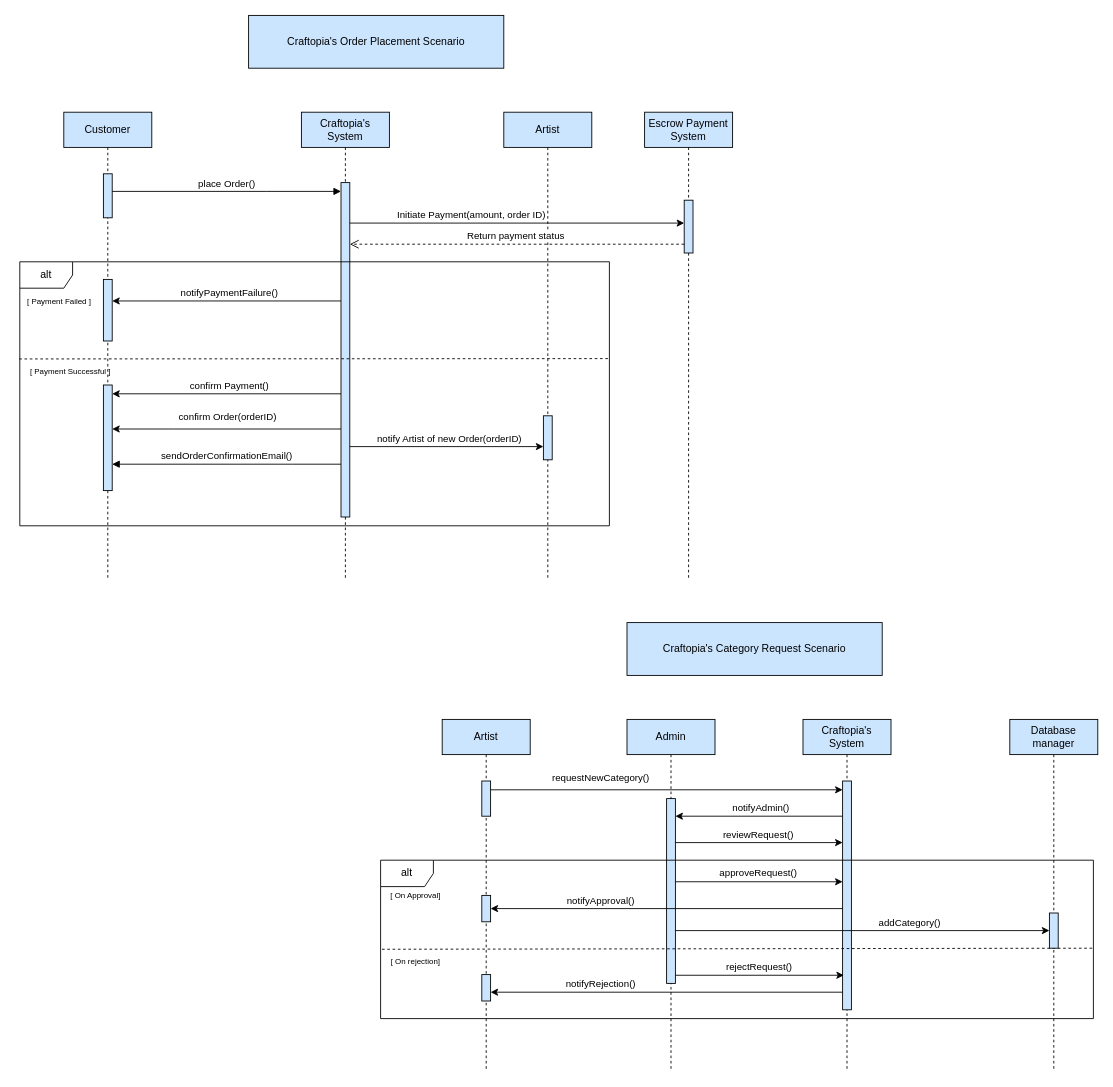
Before: Sequence Diagram/SequenceDiagram 2.drawio in alibedair/Graduation-Project, a draw.io diagram. Source tidied: cells renumbered, new cells numbered last; positions are measured from the earlier drawing's top-left corner, leaving out a move shared by most shapes. Both pictures are drawn from the tidied source at 88%, with x=0, y=0 at pixel (15, 15).
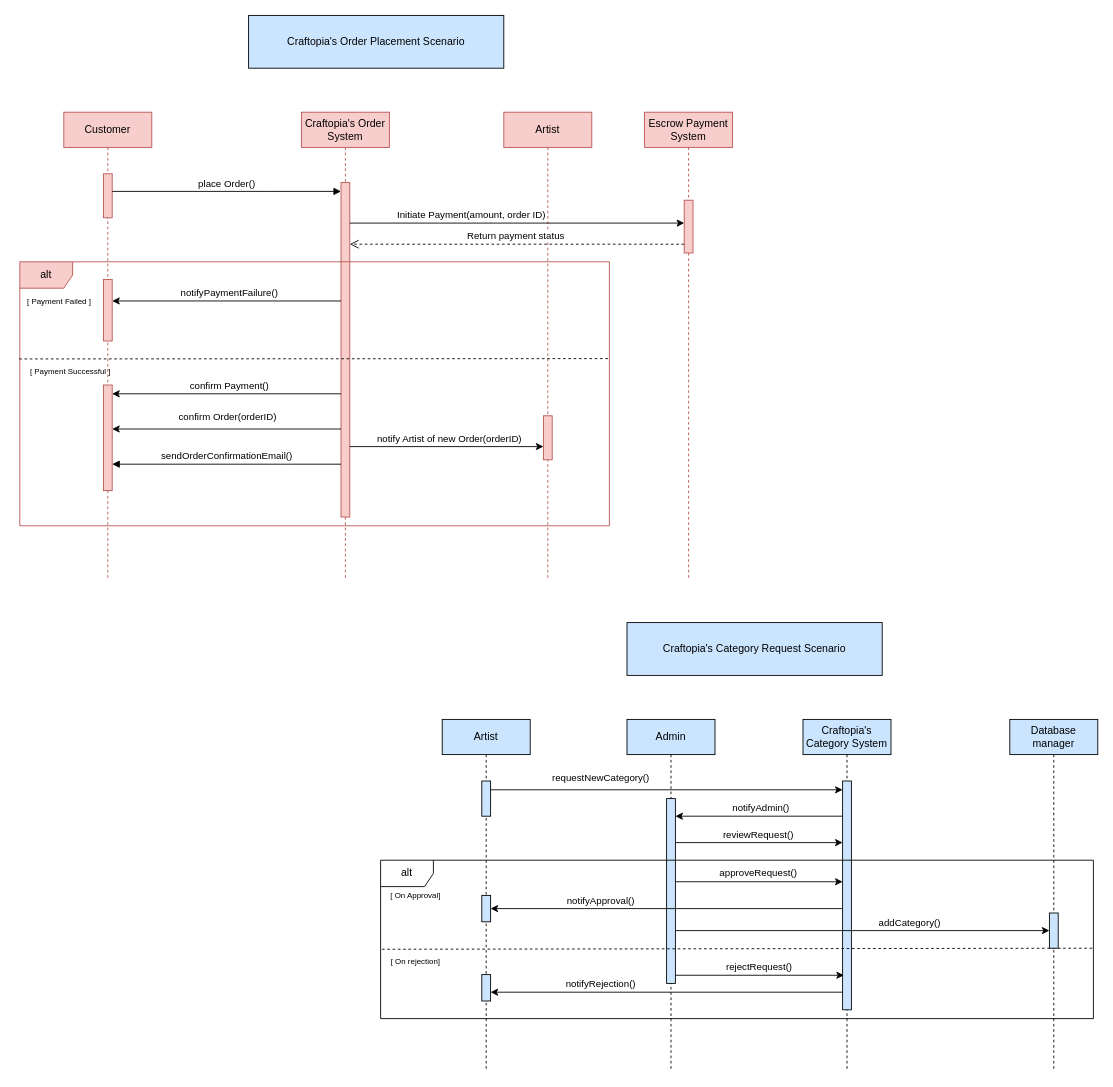
Above is the later version.

The edit, as a diff of the source:
```diff
@@
-    <mxCell id="2" value="Customer" style="shape=umlLifeline;perimeter=lifelinePerimeter;whiteSpace=wrap;html=1;newEdgeStyle={&quot;edgeStyle&quot;:&quot;elbowEdgeStyle&quot;,&quot;elbow&quot;:&quot;vertical&quot;,&quot;curved&quot;:0,&quot;rounded&quot;:0};fillColor=#CCE5FF;" parent="1" vertex="1">
+    <mxCell id="2" value="Customer" style="shape=umlLifeline;perimeter=lifelinePerimeter;whiteSpace=wrap;html=1;newEdgeStyle={&quot;edgeStyle&quot;:&quot;elbowEdgeStyle&quot;,&quot;elbow&quot;:&quot;vertical&quot;,&quot;curved&quot;:0,&quot;rounded&quot;:0};fillColor=#f8cecc;strokeColor=#b85450;" parent="1" vertex="1">
       <mxGeometry x="55" y="110" width="100" height="530" as="geometry" />
     </mxCell>
-    <mxCell id="3" style="html=1;points=[];perimeter=orthogonalPerimeter;outlineConnect=0;targetShapes=umlLifeline;portConstraint=eastwest;newEdgeStyle={&quot;edgeStyle&quot;:&quot;elbowEdgeStyle&quot;,&quot;elbow&quot;:&quot;vertical&quot;,&quot;curved&quot;:0,&quot;rounded&quot;:0};fillColor=#CCE5FF;" parent="2" vertex="1">
+    <mxCell id="3" style="html=1;points=[];perimeter=orthogonalPerimeter;outlineConnect=0;targetShapes=umlLifeline;portConstraint=eastwest;newEdgeStyle={&quot;edgeStyle&quot;:&quot;elbowEdgeStyle&quot;,&quot;elbow&quot;:&quot;vertical&quot;,&quot;curved&quot;:0,&quot;rounded&quot;:0};fillColor=#f8cecc;strokeColor=#b85450;" parent="2" vertex="1">
       <mxGeometry x="45" y="70" width="10" height="50" as="geometry" />
     </mxCell>
-    <mxCell id="4" style="html=1;points=[];perimeter=orthogonalPerimeter;outlineConnect=0;targetShapes=umlLifeline;portConstraint=eastwest;newEdgeStyle={&quot;edgeStyle&quot;:&quot;elbowEdgeStyle&quot;,&quot;elbow&quot;:&quot;vertical&quot;,&quot;curved&quot;:0,&quot;rounded&quot;:0};fillColor=#CCE5FF;" parent="2" vertex="1">
+    <mxCell id="4" style="html=1;points=[];perimeter=orthogonalPerimeter;outlineConnect=0;targetShapes=umlLifeline;portConstraint=eastwest;newEdgeStyle={&quot;edgeStyle&quot;:&quot;elbowEdgeStyle&quot;,&quot;elbow&quot;:&quot;vertical&quot;,&quot;curved&quot;:0,&quot;rounded&quot;:0};fillColor=#f8cecc;strokeColor=#b85450;" parent="2" vertex="1">
       <mxGeometry x="45" y="310" width="10" height="120" as="geometry" />
     </mxCell>
-    <mxCell id="5" value="Craftopia's System" style="shape=umlLifeline;perimeter=lifelinePerimeter;whiteSpace=wrap;html=1;newEdgeStyle={&quot;edgeStyle&quot;:&quot;elbowEdgeStyle&quot;,&quot;elbow&quot;:&quot;vertical&quot;,&quot;curved&quot;:0,&quot;rounded&quot;:0};fillColor=#CCE5FF;" parent="1" vertex="1">
+    <mxCell id="5" value="Craftopia's Order System" style="shape=umlLifeline;perimeter=lifelinePerimeter;whiteSpace=wrap;html=1;newEdgeStyle={&quot;edgeStyle&quot;:&quot;elbowEdgeStyle&quot;,&quot;elbow&quot;:&quot;vertical&quot;,&quot;curved&quot;:0,&quot;rounded&quot;:0};fillColor=#f8cecc;strokeColor=#b85450;" parent="1" vertex="1">
       <mxGeometry x="325" y="110" width="100" height="530" as="geometry" />
     </mxCell>
-    <mxCell id="6" style="html=1;points=[];perimeter=orthogonalPerimeter;outlineConnect=0;targetShapes=umlLifeline;portConstraint=eastwest;newEdgeStyle={&quot;edgeStyle&quot;:&quot;elbowEdgeStyle&quot;,&quot;elbow&quot;:&quot;vertical&quot;,&quot;curved&quot;:0,&quot;rounded&quot;:0};fillColor=#CCE5FF;" parent="5" vertex="1">
+    <mxCell id="6" style="html=1;points=[];perimeter=orthogonalPerimeter;outlineConnect=0;targetShapes=umlLifeline;portConstraint=eastwest;newEdgeStyle={&quot;edgeStyle&quot;:&quot;elbowEdgeStyle&quot;,&quot;elbow&quot;:&quot;vertical&quot;,&quot;curved&quot;:0,&quot;rounded&quot;:0};fillColor=#f8cecc;strokeColor=#b85450;" parent="5" vertex="1">
       <mxGeometry x="45" y="80" width="10" height="380" as="geometry" />
     </mxCell>
@@
-    <mxCell id="10" value="Artist" style="shape=umlLifeline;perimeter=lifelinePerimeter;whiteSpace=wrap;html=1;newEdgeStyle={&quot;edgeStyle&quot;:&quot;elbowEdgeStyle&quot;,&quot;elbow&quot;:&quot;vertical&quot;,&quot;curved&quot;:0,&quot;rounded&quot;:0};fillColor=#CCE5FF;" parent="1" vertex="1">
+    <mxCell id="10" value="Artist" style="shape=umlLifeline;perimeter=lifelinePerimeter;whiteSpace=wrap;html=1;newEdgeStyle={&quot;edgeStyle&quot;:&quot;elbowEdgeStyle&quot;,&quot;elbow&quot;:&quot;vertical&quot;,&quot;curved&quot;:0,&quot;rounded&quot;:0};fillColor=#f8cecc;strokeColor=#b85450;" parent="1" vertex="1">
       <mxGeometry x="555" y="110" width="100" height="530" as="geometry" />
     </mxCell>
-    <mxCell id="11" style="html=1;perimeter=orthogonalPerimeter;targetShapes=umlLifeline;newEdgeStyle={&quot;edgeStyle&quot;:&quot;elbowEdgeStyle&quot;,&quot;elbow&quot;:&quot;vertical&quot;,&quot;curved&quot;:0,&quot;rounded&quot;:0};fillColor=#CCE5FF;" parent="10" vertex="1">
+    <mxCell id="11" style="html=1;perimeter=orthogonalPerimeter;targetShapes=umlLifeline;newEdgeStyle={&quot;edgeStyle&quot;:&quot;elbowEdgeStyle&quot;,&quot;elbow&quot;:&quot;vertical&quot;,&quot;curved&quot;:0,&quot;rounded&quot;:0};fillColor=#f8cecc;strokeColor=#b85450;" parent="10" vertex="1">
       <mxGeometry x="45" y="345" width="10" height="50" as="geometry" />
     </mxCell>
@@
-    <mxCell id="16" value="Escrow Payment System" style="shape=umlLifeline;perimeter=lifelinePerimeter;whiteSpace=wrap;html=1;newEdgeStyle={&quot;edgeStyle&quot;:&quot;elbowEdgeStyle&quot;,&quot;elbow&quot;:&quot;vertical&quot;,&quot;curved&quot;:0,&quot;rounded&quot;:0};fillColor=#CCE5FF;" parent="1" vertex="1">
+    <mxCell id="16" value="Escrow Payment System" style="shape=umlLifeline;perimeter=lifelinePerimeter;whiteSpace=wrap;html=1;newEdgeStyle={&quot;edgeStyle&quot;:&quot;elbowEdgeStyle&quot;,&quot;elbow&quot;:&quot;vertical&quot;,&quot;curved&quot;:0,&quot;rounded&quot;:0};fillColor=#f8cecc;strokeColor=#b85450;" parent="1" vertex="1">
       <mxGeometry x="715" y="110" width="100" height="530" as="geometry" />
     </mxCell>
-    <mxCell id="17" style="html=1;points=[];perimeter=orthogonalPerimeter;outlineConnect=0;targetShapes=umlLifeline;portConstraint=eastwest;newEdgeStyle={&quot;edgeStyle&quot;:&quot;elbowEdgeStyle&quot;,&quot;elbow&quot;:&quot;vertical&quot;,&quot;curved&quot;:0,&quot;rounded&quot;:0};fillColor=#CCE5FF;" parent="16" vertex="1">
+    <mxCell id="17" style="html=1;points=[];perimeter=orthogonalPerimeter;outlineConnect=0;targetShapes=umlLifeline;portConstraint=eastwest;newEdgeStyle={&quot;edgeStyle&quot;:&quot;elbowEdgeStyle&quot;,&quot;elbow&quot;:&quot;vertical&quot;,&quot;curved&quot;:0,&quot;rounded&quot;:0};fillColor=#f8cecc;strokeColor=#b85450;" parent="16" vertex="1">
       <mxGeometry x="45" y="100" width="10" height="60" as="geometry" />
     </mxCell>
@@
-    <mxCell id="23" value="alt" style="shape=umlFrame;whiteSpace=wrap;html=1;" parent="1" vertex="1">
+    <mxCell id="23" value="alt" style="shape=umlFrame;whiteSpace=wrap;html=1;fillColor=#f8cecc;strokeColor=#b85450;" parent="1" vertex="1">
       <mxGeometry x="5" y="280" width="670" height="300" as="geometry" />
     </mxCell>
@@
-    <mxCell id="27" style="html=1;perimeter=orthogonalPerimeter;targetShapes=umlLifeline;newEdgeStyle={&quot;edgeStyle&quot;:&quot;elbowEdgeStyle&quot;,&quot;elbow&quot;:&quot;vertical&quot;,&quot;curved&quot;:0,&quot;rounded&quot;:0};fillColor=#CCE5FF;" parent="1" vertex="1">
+    <mxCell id="27" style="html=1;perimeter=orthogonalPerimeter;targetShapes=umlLifeline;newEdgeStyle={&quot;edgeStyle&quot;:&quot;elbowEdgeStyle&quot;,&quot;elbow&quot;:&quot;vertical&quot;,&quot;curved&quot;:0,&quot;rounded&quot;:0};fillColor=#f8cecc;strokeColor=#b85450;" parent="1" vertex="1">
       <mxGeometry x="100" y="300" width="10" height="70" as="geometry" />
     </mxCell>
@@
-    <mxCell id="34" value="Craftopia's System" style="shape=umlLifeline;perimeter=lifelinePerimeter;whiteSpace=wrap;html=1;newEdgeStyle={&quot;edgeStyle&quot;:&quot;elbowEdgeStyle&quot;,&quot;elbow&quot;:&quot;vertical&quot;,&quot;curved&quot;:0,&quot;rounded&quot;:0};fillColor=#CCE5FF;" parent="1" vertex="1">
+    <mxCell id="34" value="Craftopia's Category System" style="shape=umlLifeline;perimeter=lifelinePerimeter;whiteSpace=wrap;html=1;newEdgeStyle={&quot;edgeStyle&quot;:&quot;elbowEdgeStyle&quot;,&quot;elbow&quot;:&quot;vertical&quot;,&quot;curved&quot;:0,&quot;rounded&quot;:0};fillColor=#CCE5FF;" parent="1" vertex="1">
       <mxGeometry x="895" y="800" width="100" height="400" as="geometry" />
     </mxCell>
```
